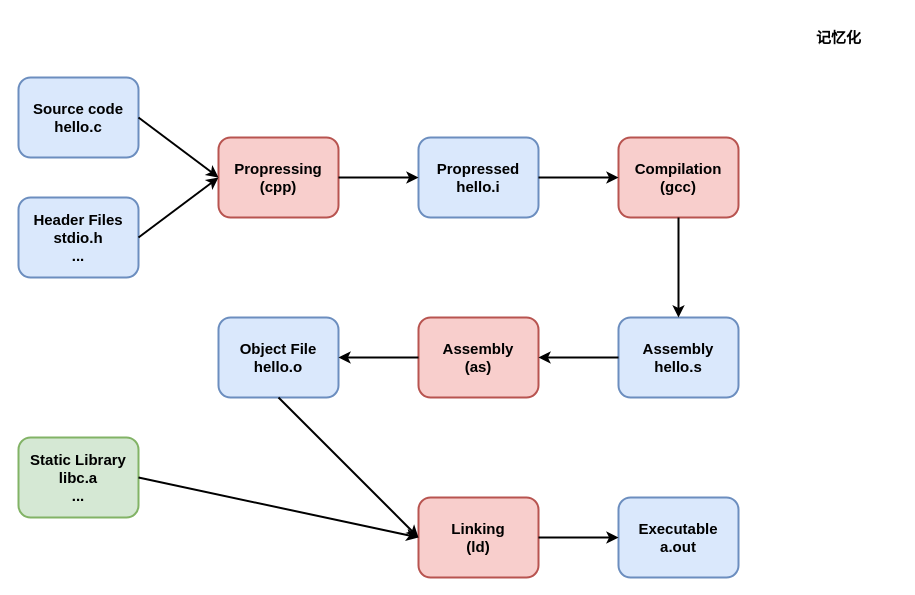
This is os/as-compile-1.drawio from donscoco/diagrams, a draw.io file, before an edit. Source tidied: cells renumbered, new cells numbered last; positions are measured from the earlier drawing's top-left corner, leaving out a move shared by most shapes. Both pictures are drawn from the tidied source at 100%, with x=0, y=0 at pixel (18, 17).
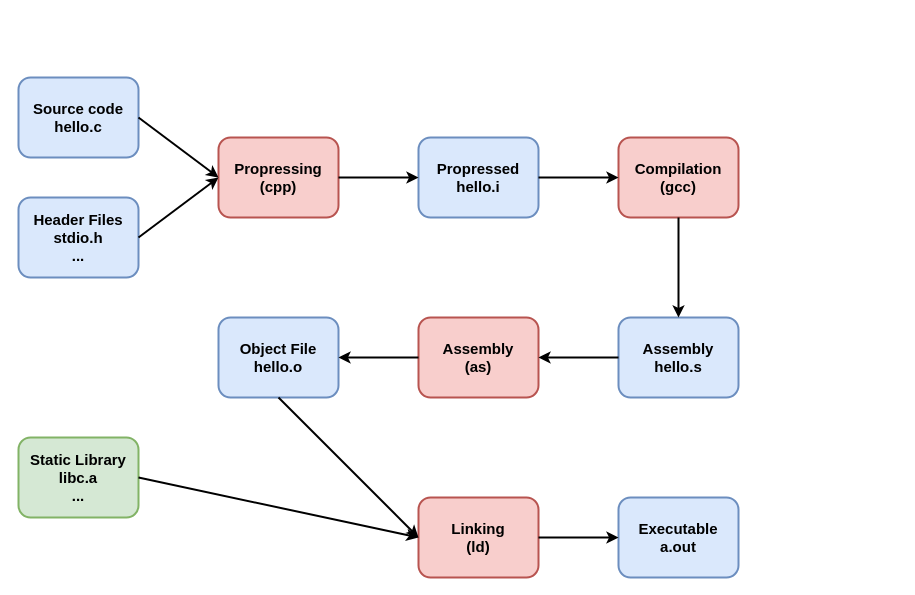
After the change.

Change to the diagram source:
```diff
@@
-    <mxCell id="5" value="记忆化" style="text;strokeColor=none;fillColor=none;html=1;fontSize=15;fontStyle=1;verticalAlign=middle;align=center;" parent="1" vertex="1">
-      <mxGeometry x="760" width="120" height="40" as="geometry" />
-    </mxCell>
```
